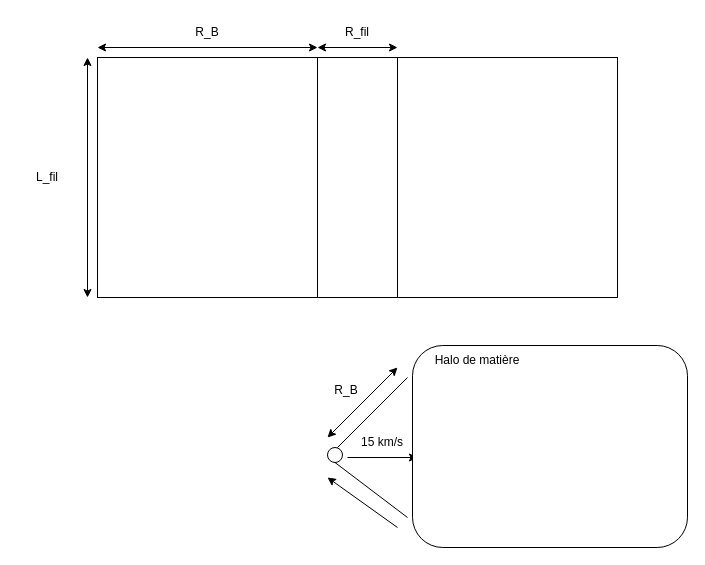
The draw.io diagram DrawIo/Filament_géométrie.drawio in KyuriTaima/CygnusDynamics, before the edit. Source tidied: cells renumbered, new cells numbered last; positions are measured from the earlier drawing's top-left corner, leaving out a move shared by most shapes. Both pictures are drawn from the tidied source at 100%, with x=0, y=0 at pixel (17, 17).
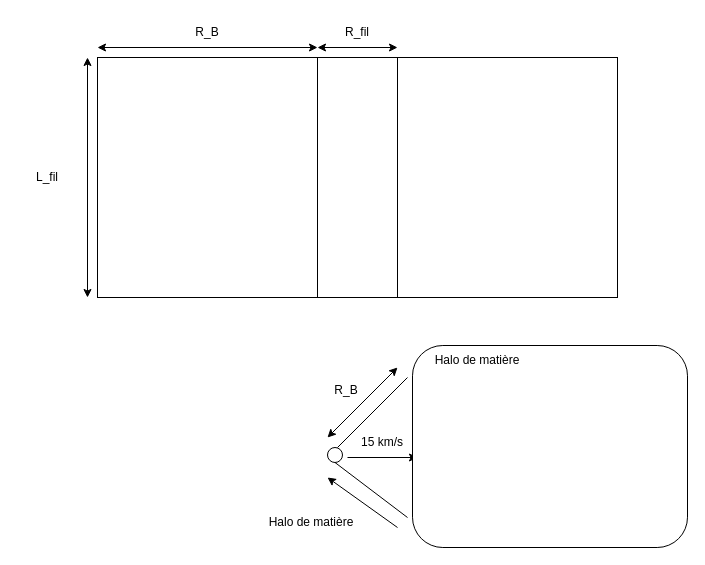
The same diagram, later.

Commit message:
Overleaf Connect auto-sync [2026-06-18 11:48:28]

The edit, as a diff of the source:
```diff
@@
+    <mxCell id="21" value="Halo de matière" style="text;html=1;whiteSpace=wrap;strokeColor=none;fillColor=none;align=center;verticalAlign=middle;rounded=0;" parent="1" vertex="1">
+      <mxGeometry x="229" y="490" width="130" height="30" as="geometry" />
+    </mxCell>
```
